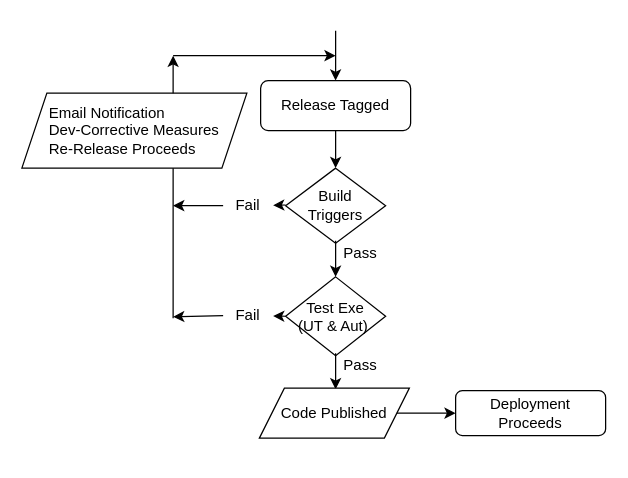
dizihub/Process keeps this draw.io diagram as Release1.drawio. Above is the earlier version. Source tidied: cells renumbered, new cells numbered last; positions are measured from the earlier drawing's top-left corner, leaving out a move shared by most shapes. Both pictures are drawn from the tidied source at 125%, with x=0, y=0 at pixel (21, 30).
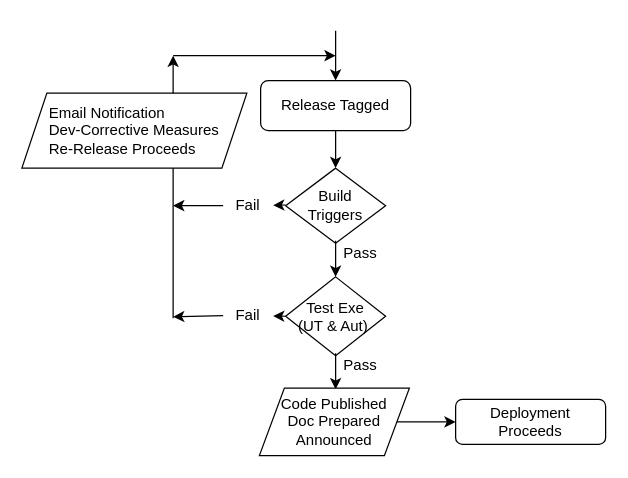
The same page after the edit.

Change to the diagram source:
```diff
@@
-    <mxCell id="9" value="Code Published" style="shape=parallelogram;perimeter=parallelogramPerimeter;whiteSpace=wrap;html=1;fixedSize=1;" parent="1" vertex="1">
-      <mxGeometry x="190" y="286" width="120" height="40" as="geometry" />
+    <mxCell id="9" value="Code Published&lt;br&gt;Doc Prepared&lt;br&gt;Announced" style="shape=parallelogram;perimeter=parallelogramPerimeter;whiteSpace=wrap;html=1;fixedSize=1;" parent="1" vertex="1">
+      <mxGeometry x="190" y="286" width="120" height="54" as="geometry" />
     </mxCell>
     <mxCell id="10" value="Deployment Proceeds" style="rounded=1;whiteSpace=wrap;html=1;" parent="1" vertex="1">
-      <mxGeometry x="347" y="288" width="120" height="36" as="geometry" />
+      <mxGeometry x="347" y="295" width="120" height="36" as="geometry" />
     </mxCell>
```
